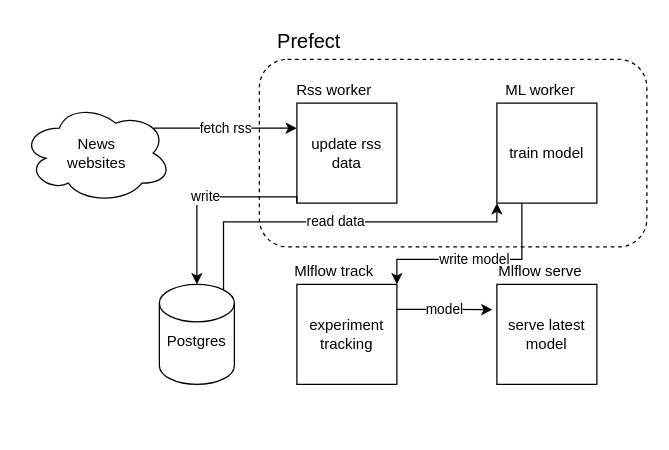
ppatrzyk/rss-store keeps this draw.io diagram as chart.drawio. Above is the earlier version. Source tidied: cells renumbered, new cells numbered last; positions are measured from the earlier drawing's top-left corner, leaving out a move shared by most shapes. Both pictures are drawn from the tidied source at 125%, with x=0, y=0 at pixel (21, 21).
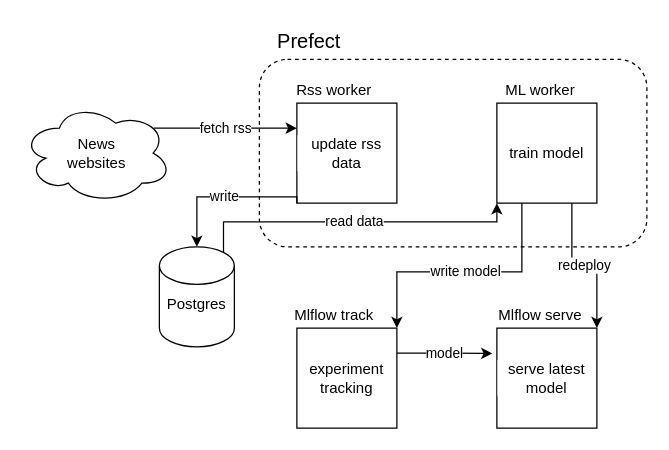
The same diagram, later.

Diff of the diagram source:
```diff
@@
-<mxGraphModel>
+<mxGraphModel background="#ffffff">
@@
-    <mxCell id="2" value="read data" style="edgeStyle=orthogonalEdgeStyle;rounded=0;jettySize=auto;html=1;exitX=0.855;exitY=0;exitDx=0;exitDy=4.35;exitPerimeter=0;entryX=0;entryY=1;entryDx=0;entryDy=0;" parent="1" edge="1" source="3" target="11">
+    <mxCell id="2" value="read data" style="edgeStyle=orthogonalEdgeStyle;rounded=0;jettySize=auto;html=1;exitX=0.855;exitY=0;exitDx=0;exitDy=4.35;exitPerimeter=0;entryX=0;entryY=1;entryDx=0;entryDy=0;labelBackgroundColor=#FFFFFF;fontColor=#000000;strokeColor=#000000;" parent="1" edge="1" source="3" target="11">
       <mxGeometry relative="1" as="geometry">
         <Array as="points">
           <mxPoint x="161" y="160" />
           <mxPoint x="380" y="160" />
         </Array>
       </mxGeometry>
     </mxCell>
-    <mxCell id="3" value="Postgres&lt;div&gt;&lt;br&gt;&lt;/div&gt;" style="shape=cylinder3;whiteSpace=wrap;html=1;boundedLbl=1;backgroundOutline=1;size=15;fillColor=none;" parent="1" vertex="1">
-      <mxGeometry x="110" y="210" width="60" height="80" as="geometry" />
+    <mxCell id="3" value="Postgres&lt;div&gt;&lt;br&gt;&lt;/div&gt;" style="shape=cylinder3;whiteSpace=wrap;html=1;boundedLbl=1;backgroundOutline=1;size=15;fillColor=none;labelBackgroundColor=#FFFFFF;fontColor=#000000;strokeColor=#000000;" parent="1" vertex="1">
+      <mxGeometry x="110" y="180" width="60" height="80" as="geometry" />
     </mxCell>
-    <mxCell id="4" style="rounded=1;whiteSpace=wrap;html=1;fillColor=none;dashed=1;" parent="1" vertex="1">
+    <mxCell id="4" style="rounded=1;whiteSpace=wrap;html=1;fillColor=none;dashed=1;labelBackgroundColor=#FFFFFF;fontColor=#000000;strokeColor=#000000;" parent="1" vertex="1">
       <mxGeometry x="190" y="30" width="310" height="150" as="geometry" />
     </mxCell>
-    <mxCell id="5" value="&lt;font style=&quot;font-size: 16px;&quot;&gt;Prefect&lt;/font&gt;" style="text;html=1;align=center;verticalAlign=middle;whiteSpace=wrap;rounded=0;" parent="1" vertex="1">
+    <mxCell id="5" value="&lt;font style=&quot;font-size: 16px;&quot;&gt;Prefect&lt;/font&gt;" style="text;html=1;align=center;verticalAlign=middle;whiteSpace=wrap;rounded=0;labelBackgroundColor=#FFFFFF;fontColor=#000000;strokeColor=none;" parent="1" vertex="1">
       <mxGeometry x="190" width="80" height="30" as="geometry" />
     </mxCell>
-    <mxCell id="6" value="fetch rss" style="edgeStyle=orthogonalEdgeStyle;rounded=0;jettySize=auto;html=1;exitX=0.88;exitY=0.25;exitDx=0;exitDy=0;exitPerimeter=0;entryX=0;entryY=0.25;entryDx=0;entryDy=0;" parent="1" edge="1" source="7" target="9">
+    <mxCell id="6" value="fetch rss" style="edgeStyle=orthogonalEdgeStyle;rounded=0;jettySize=auto;html=1;exitX=0.88;exitY=0.25;exitDx=0;exitDy=0;exitPerimeter=0;entryX=0;entryY=0.25;entryDx=0;entryDy=0;labelBackgroundColor=#FFFFFF;fontColor=#000000;strokeColor=#000000;" parent="1" edge="1" source="7" target="9">
       <mxGeometry relative="1" as="geometry" />
     </mxCell>
-    <mxCell id="7" value="News&lt;div&gt;websites&lt;/div&gt;" style="ellipse;shape=cloud;whiteSpace=wrap;html=1;fillColor=none;" parent="1" vertex="1">
+    <mxCell id="7" value="News&lt;div&gt;websites&lt;/div&gt;" style="ellipse;shape=cloud;whiteSpace=wrap;html=1;fillColor=none;labelBackgroundColor=#FFFFFF;fontColor=#000000;strokeColor=#000000;" parent="1" vertex="1">
       <mxGeometry y="65" width="120" height="80" as="geometry" />
     </mxCell>
-    <mxCell id="8" value="write" style="edgeStyle=orthogonalEdgeStyle;rounded=0;jettySize=auto;html=1;exitX=0;exitY=1;exitDx=0;exitDy=0;" parent="1" edge="1" source="9" target="3">
+    <mxCell id="8" value="write" style="edgeStyle=orthogonalEdgeStyle;rounded=0;jettySize=auto;html=1;exitX=0;exitY=1;exitDx=0;exitDy=0;labelBackgroundColor=#FFFFFF;fontColor=#000000;strokeColor=#000000;" parent="1" edge="1" source="9" target="3">
       <mxGeometry relative="1" as="geometry">
         <Array as="points">
           <mxPoint x="220" y="140" />
           <mxPoint x="140" y="140" />
         </Array>
       </mxGeometry>
     </mxCell>
-    <mxCell id="9" value="update rss data" style="whiteSpace=wrap;html=1;fillColor=none;" parent="1" vertex="1">
+    <mxCell id="9" value="update rss data" style="whiteSpace=wrap;html=1;fillColor=none;labelBackgroundColor=#FFFFFF;fontColor=#000000;strokeColor=#000000;" parent="1" vertex="1">
       <mxGeometry x="220" y="65" width="80" height="80" as="geometry" />
     </mxCell>
-    <mxCell id="10" value="write model" style="edgeStyle=orthogonalEdgeStyle;rounded=0;jettySize=auto;html=1;exitX=0.25;exitY=1;exitDx=0;exitDy=0;entryX=1;entryY=0;entryDx=0;entryDy=0;" parent="1" edge="1" source="11" target="14">
+    <mxCell id="10" value="write model" style="edgeStyle=orthogonalEdgeStyle;rounded=0;jettySize=auto;html=1;exitX=0.25;exitY=1;exitDx=0;exitDy=0;entryX=1;entryY=0;entryDx=0;entryDy=0;labelBackgroundColor=#FFFFFF;fontColor=#000000;strokeColor=#000000;" parent="1" edge="1" source="11" target="14">
       <mxGeometry relative="1" as="geometry">
         <Array as="points">
-          <mxPoint x="400" y="190" />
-          <mxPoint x="300" y="190" />
+          <mxPoint x="400" y="200" />
+          <mxPoint x="300" y="200" />
         </Array>
       </mxGeometry>
     </mxCell>
+    <mxCell id="19" value="redeploy" style="edgeStyle=orthogonalEdgeStyle;rounded=0;jettySize=auto;html=1;exitX=0.75;exitY=1;exitDx=0;exitDy=0;entryX=1;entryY=0;entryDx=0;entryDy=0;labelBackgroundColor=#FFFFFF;fontColor=#000000;strokeColor=#000000;" parent="1" edge="1" source="11" target="16">
+      <mxGeometry relative="1" as="geometry" />
+    </mxCell>
-    <mxCell id="11" value="train model" style="whiteSpace=wrap;html=1;fillColor=none;" parent="1" vertex="1">
+    <mxCell id="11" value="train model" style="whiteSpace=wrap;html=1;fillColor=none;labelBackgroundColor=#FFFFFF;fontColor=#000000;strokeColor=#000000;" parent="1" vertex="1">
       <mxGeometry x="380" y="65" width="80" height="80" as="geometry" />
     </mxCell>
-    <mxCell id="12" value="Rss worker" style="text;html=1;align=center;verticalAlign=middle;whiteSpace=wrap;rounded=0;" parent="1" vertex="1">
+    <mxCell id="12" value="Rss worker" style="text;html=1;align=center;verticalAlign=middle;whiteSpace=wrap;rounded=0;labelBackgroundColor=#FFFFFF;fontColor=#000000;strokeColor=none;" parent="1" vertex="1">
       <mxGeometry x="210" y="40" width="80" height="30" as="geometry" />
     </mxCell>
-    <mxCell id="13" value="ML worker" style="text;html=1;align=center;verticalAlign=middle;whiteSpace=wrap;rounded=0;" parent="1" vertex="1">
+    <mxCell id="13" value="ML worker" style="text;html=1;align=center;verticalAlign=middle;whiteSpace=wrap;rounded=0;labelBackgroundColor=#FFFFFF;fontColor=#000000;strokeColor=none;" parent="1" vertex="1">
       <mxGeometry x="375" y="40" width="80" height="30" as="geometry" />
     </mxCell>
-    <mxCell id="14" value="experiment&lt;div&gt;tracking&lt;/div&gt;" style="whiteSpace=wrap;html=1;fillColor=none;" parent="1" vertex="1">
-      <mxGeometry x="220" y="210" width="80" height="80" as="geometry" />
+    <mxCell id="14" value="experiment&lt;div&gt;tracking&lt;/div&gt;" style="whiteSpace=wrap;html=1;fillColor=none;labelBackgroundColor=#FFFFFF;fontColor=#000000;strokeColor=#000000;" parent="1" vertex="1">
+      <mxGeometry x="220" y="245" width="80" height="80" as="geometry" />
     </mxCell>
-    <mxCell id="15" value="Mlflow track" style="text;html=1;align=center;verticalAlign=middle;whiteSpace=wrap;rounded=0;" parent="1" vertex="1">
-      <mxGeometry x="210" y="185" width="80" height="30" as="geometry" />
+    <mxCell id="15" value="Mlflow track" style="text;html=1;align=center;verticalAlign=middle;whiteSpace=wrap;rounded=0;labelBackgroundColor=#FFFFFF;fontColor=#000000;strokeColor=none;" parent="1" vertex="1">
+      <mxGeometry x="210" y="220" width="80" height="30" as="geometry" />
     </mxCell>
-    <mxCell id="16" value="serve latest model" style="whiteSpace=wrap;html=1;fillColor=none;" parent="1" vertex="1">
-      <mxGeometry x="380" y="210" width="80" height="80" as="geometry" />
+    <mxCell id="16" value="serve latest model" style="whiteSpace=wrap;html=1;fillColor=none;labelBackgroundColor=#FFFFFF;fontColor=#000000;strokeColor=#000000;" parent="1" vertex="1">
+      <mxGeometry x="380" y="245" width="80" height="80" as="geometry" />
     </mxCell>
-    <mxCell id="17" value="Mlflow serve" style="text;html=1;align=center;verticalAlign=middle;whiteSpace=wrap;rounded=0;" parent="1" vertex="1">
-      <mxGeometry x="375" y="185" width="80" height="30" as="geometry" />
+    <mxCell id="17" value="Mlflow serve" style="text;html=1;align=center;verticalAlign=middle;whiteSpace=wrap;rounded=0;labelBackgroundColor=#FFFFFF;fontColor=#000000;strokeColor=none;" parent="1" vertex="1">
+      <mxGeometry x="375" y="220" width="80" height="30" as="geometry" />
     </mxCell>
-    <mxCell id="18" value="model" style="edgeStyle=orthogonalEdgeStyle;rounded=0;jettySize=auto;html=1;exitX=1;exitY=0.25;exitDx=0;exitDy=0;entryX=-0.045;entryY=0.253;entryDx=0;entryDy=0;entryPerimeter=0;" parent="1" edge="1" source="14" target="16">
+    <mxCell id="18" value="model" style="edgeStyle=orthogonalEdgeStyle;rounded=0;jettySize=auto;html=1;exitX=1;exitY=0.25;exitDx=0;exitDy=0;entryX=-0.045;entryY=0.253;entryDx=0;entryDy=0;entryPerimeter=0;labelBackgroundColor=#FFFFFF;fontColor=#000000;strokeColor=#000000;" parent="1" edge="1" source="14" target="16">
       <mxGeometry relative="1" as="geometry" />
     </mxCell>
```
